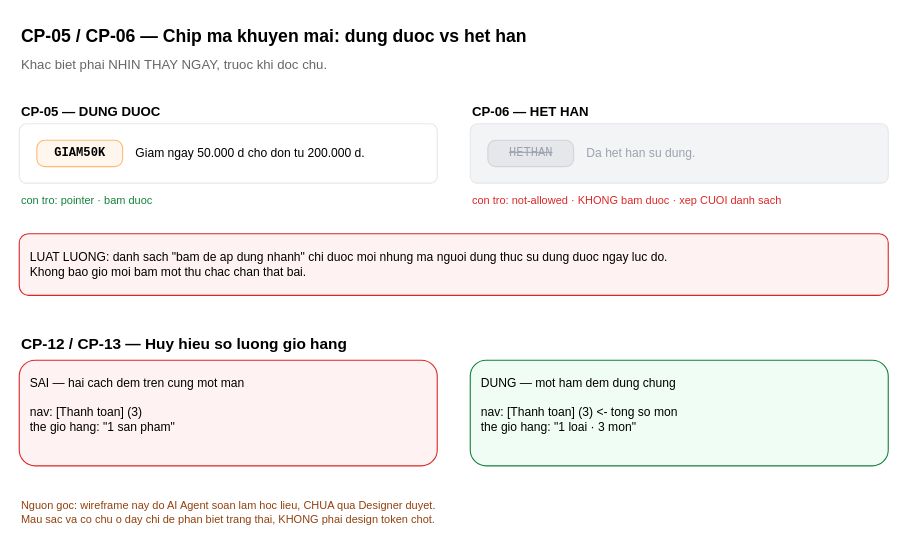
Earlier version of the draw.io diagram page "1-Trang thai chip" (1 of 2) of INPUT/function-d-voucher/04_design/wireframe_checkout_voucher.drawio (tuyendv-d3bu9/cw-agent-updated). Source tidied: cells renumbered, new cells numbered last; positions are measured from the earlier drawing's top-left corner, leaving out a move shared by most shapes. Both pictures are drawn from the tidied source at 110%, with x=0, y=0 at pixel (19, 19).
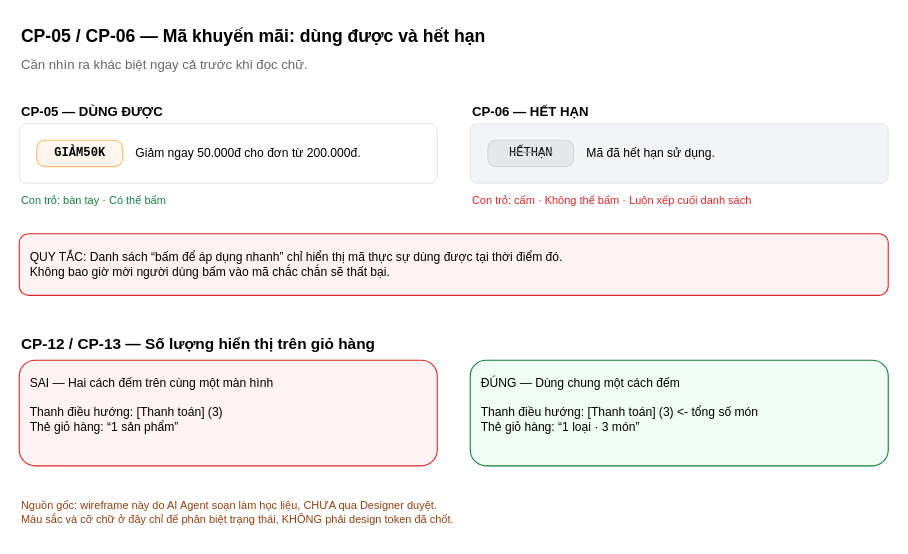
The same page after the edit.

Commit message (it also covers changes not shown here):
docs(sample): wireframe viết lại bằng tiếng Việt có dấu, gắn lại ô khai nguồn gốc

What changed in the source:
```diff
@@
 <mxGraphModel>
   <root>
     <mxCell id="0" />
     <mxCell id="1" parent="0" />
-    <mxCell id="2" value="CP-05 / CP-06 — Chip ma khuyen mai: dung duoc vs het han" style="text;html=1;fontSize=16;fontStyle=1;align=left;verticalAlign=middle;" parent="1" vertex="1">
+    <mxCell id="2" value="CP-05 / CP-06 — Mã khuyến mãi: dùng được và hết hạn" style="text;html=1;fontSize=16;fontStyle=1;align=left;verticalAlign=middle;" parent="1" vertex="1">
       <mxGeometry width="700" height="30" as="geometry" />
     </mxCell>
-    <mxCell id="3" value="Khac biet phai NHIN THAY NGAY, truoc khi doc chu." style="text;html=1;fontSize=12;fontColor=#666666;align=left;" parent="1" vertex="1">
+    <mxCell id="3" value="Cần nhìn ra khác biệt ngay cả trước khi đọc chữ." style="text;html=1;fontSize=12;fontColor=#666666;align=left;" parent="1" vertex="1">
       <mxGeometry y="28" width="700" height="20" as="geometry" />
     </mxCell>
-    <mxCell id="4" value="CP-05 — DUNG DUOC" style="text;html=1;fontSize=12;fontStyle=1;align=left;" parent="1" vertex="1">
+    <mxCell id="4" value="CP-05 — DÙNG ĐƯỢC" style="text;html=1;fontSize=12;fontStyle=1;align=left;" parent="1" vertex="1">
       <mxGeometry y="70" width="300" height="20" as="geometry" />
     </mxCell>
     <mxCell id="5" style="rounded=1;arcSize=12;html=1;fillColor=#FFFFFF;strokeColor=#E5E7EB;" parent="1" vertex="1">
       <mxGeometry y="95" width="380" height="54" as="geometry" />
     </mxCell>
-    <mxCell id="6" value="GIAM50K" style="rounded=1;arcSize=30;html=1;fillColor=#FFF7ED;strokeColor=#FDBA74;fontFamily=Courier New;fontSize=11;fontStyle=1;" parent="1" vertex="1">
+    <mxCell id="6" value="&lt;font color=&quot;#000000&quot;&gt;GIẢM50K&lt;/font&gt;" style="rounded=1;arcSize=30;html=1;fillColor=#FFF7ED;strokeColor=#FDBA74;fontFamily=Courier New;fontSize=11;fontStyle=1;" parent="1" vertex="1">
       <mxGeometry x="16" y="110" width="78" height="24" as="geometry" />
     </mxCell>
-    <mxCell id="7" value="Giam ngay 50.000 d cho don tu 200.000 d." style="text;html=1;fontSize=11;align=left;verticalAlign=middle;" parent="1" vertex="1">
+    <mxCell id="7" value="Giảm ngay 50.000đ cho đơn từ 200.000đ." style="text;html=1;fontSize=11;align=left;verticalAlign=middle;fontColor=#000000;" parent="1" vertex="1">
       <mxGeometry x="104" y="110" width="266" height="24" as="geometry" />
     </mxCell>
-    <mxCell id="8" value="con tro: pointer · bam duoc" style="text;html=1;fontSize=10;fontColor=#15803D;align=left;" parent="1" vertex="1">
+    <mxCell id="8" value="Con trỏ: bàn tay · Có thể bấm" style="text;html=1;fontSize=10;fontColor=#15803D;align=left;" parent="1" vertex="1">
       <mxGeometry y="152" width="380" height="18" as="geometry" />
     </mxCell>
-    <mxCell id="9" value="CP-06 — HET HAN" style="text;html=1;fontSize=12;fontStyle=1;align=left;" parent="1" vertex="1">
+    <mxCell id="9" value="CP-06 — HẾT HẠN" style="text;html=1;fontSize=12;fontStyle=1;align=left;" parent="1" vertex="1">
       <mxGeometry x="410" y="70" width="300" height="20" as="geometry" />
     </mxCell>
     <mxCell id="10" style="rounded=1;arcSize=12;html=1;fillColor=#F3F4F6;strokeColor=#E5E7EB;" parent="1" vertex="1">
       <mxGeometry x="410" y="95" width="380" height="54" as="geometry" />
     </mxCell>
-    <mxCell id="11" value="&lt;s&gt;HETHAN&lt;/s&gt;" style="rounded=1;arcSize=30;html=1;fillColor=#E5E7EB;strokeColor=#D1D5DB;fontColor=#9CA3AF;fontFamily=Courier New;fontSize=11;" parent="1" vertex="1">
+    <mxCell id="11" value="&lt;s&gt;&lt;font color=&quot;#000000&quot;&gt;HẾTHẠN&lt;/font&gt;&lt;/s&gt;" style="rounded=1;arcSize=30;html=1;fillColor=#E5E7EB;strokeColor=#D1D5DB;fontColor=#9CA3AF;fontFamily=Courier New;fontSize=11;" parent="1" vertex="1">
       <mxGeometry x="426" y="110" width="78" height="24" as="geometry" />
     </mxCell>
-    <mxCell id="12" value="Da het han su dung." style="text;html=1;fontSize=11;fontColor=#9CA3AF;align=left;verticalAlign=middle;" parent="1" vertex="1">
+    <mxCell id="12" value="Mã đã hết hạn sử dụng." style="text;html=1;fontSize=11;fontColor=#000000;align=left;verticalAlign=middle;" parent="1" vertex="1">
       <mxGeometry x="514" y="110" width="266" height="24" as="geometry" />
     </mxCell>
-    <mxCell id="13" value="con tro: not-allowed · KHONG bam duoc · xep CUOI danh sach" style="text;html=1;fontSize=10;fontColor=#DC2626;align=left;" parent="1" vertex="1">
+    <mxCell id="13" value="Con trỏ: cấm · Không thể bấm · Luôn xếp cuối danh sách" style="text;html=1;fontSize=10;fontColor=#DC2626;align=left;" parent="1" vertex="1">
       <mxGeometry x="410" y="152" width="380" height="18" as="geometry" />
     </mxCell>
-    <mxCell id="14" value="LUAT LUONG: danh sach &quot;bam de ap dung nhanh&quot; chi duoc moi nhung ma nguoi dung thuc su dung duoc ngay luc do.&#10;Khong bao gio moi bam mot thu chac chan that bai." style="rounded=1;html=1;fillColor=#FEF2F2;strokeColor=#DC2626;align=left;verticalAlign=middle;spacing=10;fontSize=11;" parent="1" vertex="1">
+    <mxCell id="14" value="QUY TẮC: Danh sách “bấm để áp dụng nhanh” chỉ hiển thị mã thực sự dùng được tại thời điểm đó.&#10;Không bao giờ mời người dùng bấm vào mã chắc chắn sẽ thất bại." style="rounded=1;html=1;fillColor=#FEF2F2;strokeColor=#DC2626;align=left;verticalAlign=middle;spacing=10;fontSize=11;fontColor=#000000;" parent="1" vertex="1">
       <mxGeometry y="195" width="790" height="56" as="geometry" />
     </mxCell>
-    <mxCell id="15" value="CP-12 / CP-13 — Huy hieu so luong gio hang" style="text;html=1;fontSize=14;fontStyle=1;align=left;" parent="1" vertex="1">
+    <mxCell id="15" value="CP-12 / CP-13 — Số lượng hiển thị trên giỏ hàng" style="text;html=1;fontSize=14;fontStyle=1;align=left;" parent="1" vertex="1">
       <mxGeometry y="280" width="500" height="24" as="geometry" />
     </mxCell>
-    <mxCell id="16" value="SAI — hai cach dem tren cung mot man&#10;&#10;nav: [Thanh toan] (3)&#10;the gio hang: &quot;1 san pham&quot;" style="rounded=1;html=1;fillColor=#FEF2F2;strokeColor=#DC2626;align=left;verticalAlign=top;spacing=10;fontSize=11;" parent="1" vertex="1">
+    <mxCell id="16" value="SAI — Hai cách đếm trên cùng một màn hình&#10;&#10;Thanh điều hướng: [Thanh toán] (3)&#10;Thẻ giỏ hàng: “1 sản phẩm”" style="rounded=1;html=1;fillColor=#FEF2F2;strokeColor=#DC2626;align=left;verticalAlign=top;spacing=10;fontSize=11;fontColor=#000000;" parent="1" vertex="1">
       <mxGeometry y="310" width="380" height="96" as="geometry" />
     </mxCell>
-    <mxCell id="17" value="DUNG — mot ham dem dung chung&#10;&#10;nav: [Thanh toan] (3)       &lt;- tong so mon&#10;the gio hang: &quot;1 loai · 3 mon&quot;" style="rounded=1;html=1;fillColor=#F0FDF4;strokeColor=#15803D;align=left;verticalAlign=top;spacing=10;fontSize=11;" parent="1" vertex="1">
+    <mxCell id="17" value="ĐÚNG — Dùng chung một cách đếm&#10;&#10;Thanh điều hướng: [Thanh toán] (3)       &amp;lt;- tổng số món&#10;Thẻ giỏ hàng: “1 loại · 3 món”" style="rounded=1;html=1;fillColor=#F0FDF4;strokeColor=#15803D;align=left;verticalAlign=top;spacing=10;fontSize=11;fontColor=#000000;" parent="1" vertex="1">
       <mxGeometry x="410" y="310" width="380" height="96" as="geometry" />
     </mxCell>
-    <mxCell id="18" value="Nguon goc: wireframe nay do AI Agent soan lam hoc lieu, CHUA qua Designer duyet.&#10;Mau sac va co chu o day chi de phan biet trang thai, KHONG phai design token chot." style="text;html=1;fontSize=10;fontColor=#92400E;align=left;" parent="1" vertex="1">
-      <mxGeometry y="430" width="790" height="40" as="geometry" />
-    </mxCell>
+    <mxCell id="19" value="Nguồn gốc: wireframe này do AI Agent soạn làm học liệu, CHƯA qua Designer duyệt.&#10;Màu sắc và cỡ chữ ở đây chỉ để phân biệt trạng thái, KHÔNG phải design token đã chốt." style="text;html=1;fontSize=10;fontColor=#92400E;align=left;verticalAlign=top;" parent="1" vertex="1">
+      <mxGeometry y="430" width="790" height="40" as="geometry" />
+    </mxCell>
   </root>
 </mxGraphModel>
```
